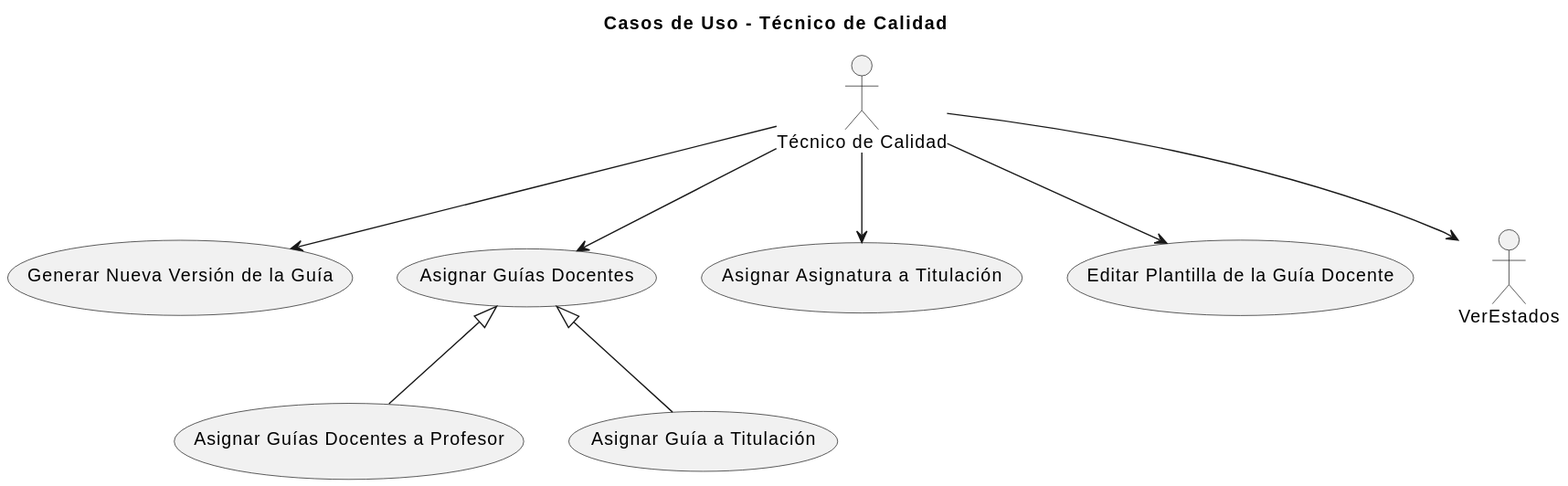
Above: images/modelosUML/EstructurarModelosDeCasosDeUso/Casos de Uso - Técnico de Calidad.svg in mmasias/24-25-IdSw1-SDR (PlantUML), before the change. The source it was exported from:
```plantuml
@startuml
title Casos de Uso - Técnico de Calidad

actor "Técnico de Calidad" as TecnicoCalidad

usecase "Generar Nueva Versión de la Guía" as GenerarVersion
usecase "Asignar Guías Docentes" as AsignarGuias
usecase "Asignar Guías Docentes a Profesor" as AsignarGuiaProfesor
usecase "Asignar Guía a Titulación" as AsignarGuiaTitulacion
usecase "Asignar Asignatura a Titulación" as AsignarAsignaturaTitulacion
usecase "Editar Plantilla de la Guía Docente" as EditarPlantilla

TecnicoCalidad --> GenerarVersion
TecnicoCalidad --> AsignarGuias
TecnicoCalidad --> AsignarAsignaturaTitulacion
TecnicoCalidad --> EditarPlantilla
TecnicoCalidad --> VerEstados

AsignarGuias <|-- AsignarGuiaProfesor
AsignarGuias <|-- AsignarGuiaTitulacion
@enduml
```
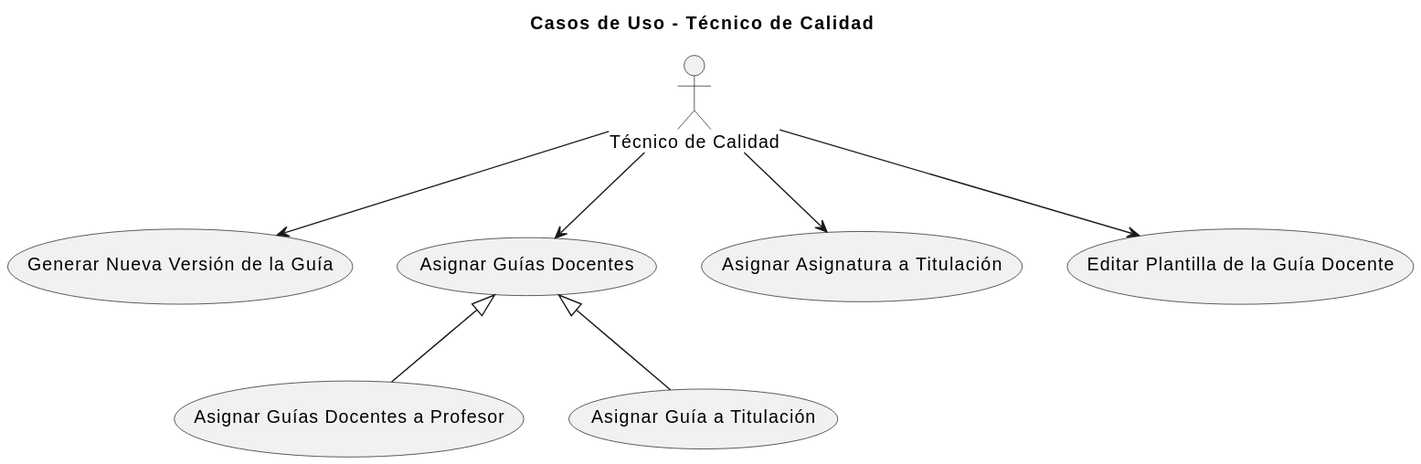
Later version of the same file.

Diff of the diagram source:
```diff
@@ -14,7 +14,7 @@
 TecnicoCalidad --> AsignarGuias
 TecnicoCalidad --> AsignarAsignaturaTitulacion
 TecnicoCalidad --> EditarPlantilla
-TecnicoCalidad --> VerEstados
+
 
 AsignarGuias <|-- AsignarGuiaProfesor
 AsignarGuias <|-- AsignarGuiaTitulacion
```
